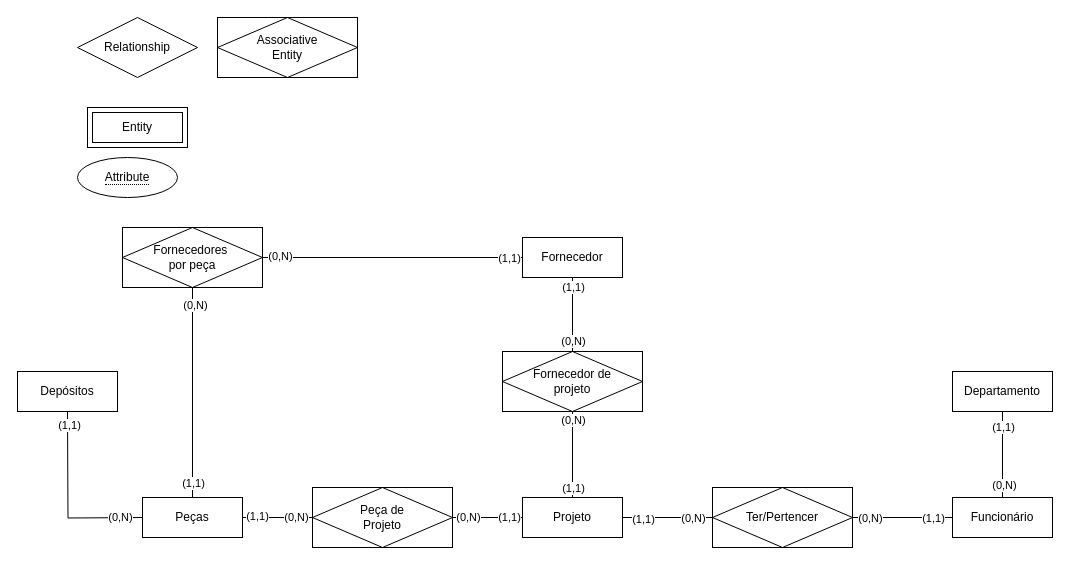
The draw.io diagram Diagramas/Diagrama 02 .drawio in bruniculos08/BAN1002, before the edit. Source tidied: cells renumbered, new cells numbered last; positions are measured from the earlier drawing's top-left corner, leaving out a move shared by most shapes. Both pictures are drawn from the tidied source at 100%, with x=0, y=0 at pixel (17, 17).
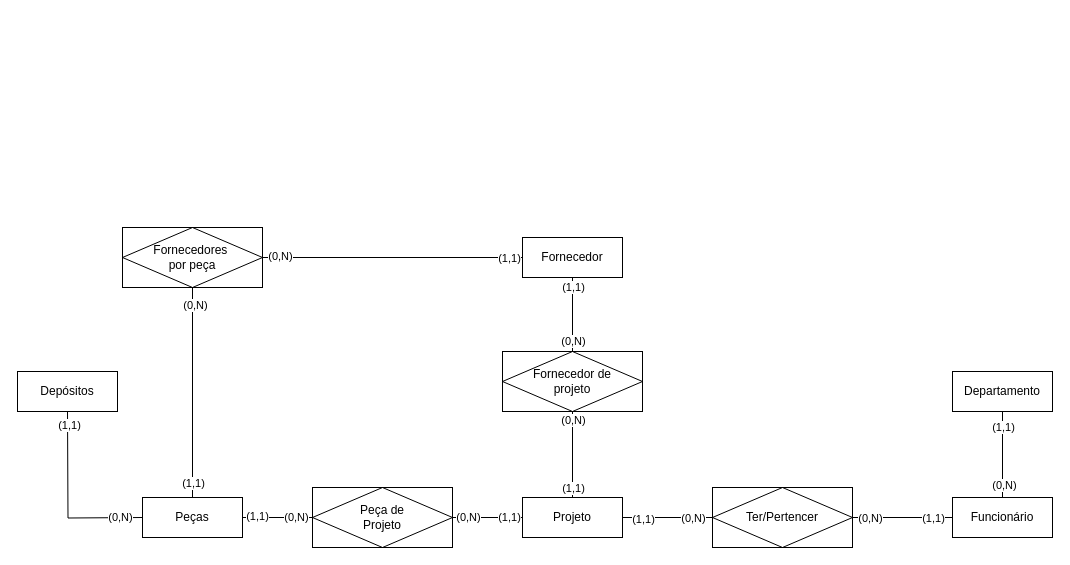
The same diagram, later.

What changed in the source:
```diff
@@
-    <mxCell id="2" value="&lt;span style=&quot;border-bottom: 1px dotted&quot;&gt;Attribute&lt;/span&gt;" style="ellipse;whiteSpace=wrap;html=1;align=center;" parent="1" vertex="1">
-      <mxGeometry x="60" y="140" width="100" height="40" as="geometry" />
-    </mxCell>
-    <mxCell id="3" value="Entity" style="shape=ext;margin=3;double=1;whiteSpace=wrap;html=1;align=center;" parent="1" vertex="1">
-      <mxGeometry x="70" y="90" width="100" height="40" as="geometry" />
-    </mxCell>
-    <mxCell id="4" value="Associative&#10;Entity" style="shape=associativeEntity;whiteSpace=wrap;html=1;align=center;" parent="1" vertex="1">
-      <mxGeometry x="200" width="140" height="60" as="geometry" />
-    </mxCell>
-    <mxCell id="5" value="Relationship" style="shape=rhombus;perimeter=rhombusPerimeter;whiteSpace=wrap;html=1;align=center;" parent="1" vertex="1">
-      <mxGeometry x="60" width="120" height="60" as="geometry" />
-    </mxCell>
```
